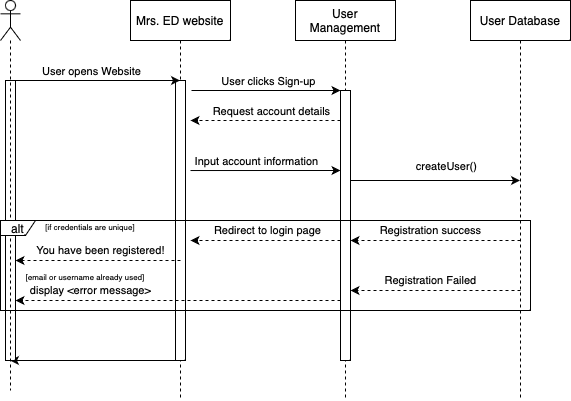
The draw.io diagram diagrams/UC4_Sequence_Diagram.drawio.png in uvic-teach/project-m1-team6, before a commit. Source tidied: cells renumbered, new cells last; positions are measured from the earlier drawing's top-left corner, leaving out a move shared by most shapes.
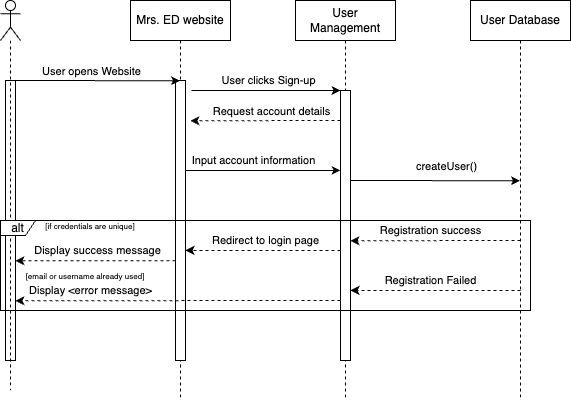
After the commit.

What changed in the source:
```diff
@@ -53,15 +53,8 @@
         <mxPoint x="30" y="-13" as="offset" />
       </mxGeometry>
     </mxCell>
-    <mxCell id="14" style="edgeStyle=elbowEdgeStyle;rounded=0;orthogonalLoop=1;jettySize=auto;html=1;elbow=vertical;curved=0;" parent="1" edge="1">
-      <mxGeometry relative="1" as="geometry">
-        <mxPoint x="175" y="360" as="sourcePoint" />
-        <mxPoint x="9.5" y="360" as="targetPoint" />
-      </mxGeometry>
-    </mxCell>
-    <mxCell id="15" style="edgeStyle=elbowEdgeStyle;rounded=0;orthogonalLoop=1;jettySize=auto;html=1;elbow=vertical;curved=0;" parent="1" edge="1">
+    <mxCell id="15" style="edgeStyle=elbowEdgeStyle;rounded=0;jettySize=auto;html=1;elbow=vertical;curved=0;" parent="1" edge="1" source="7">
       <mxGeometry relative="1" as="geometry">
-        <mxPoint x="190" y="170" as="sourcePoint" />
         <mxPoint x="340" y="170" as="targetPoint" />
       </mxGeometry>
     </mxCell>
@@ -90,10 +83,9 @@
     <mxCell id="21" value="alt" style="shape=umlFrame;whiteSpace=wrap;html=1;width=35;height=15;" parent="1" vertex="1">
       <mxGeometry y="220" width="530" height="90" as="geometry" />
     </mxCell>
-    <mxCell id="22" value="Registration success" style="edgeStyle=elbowEdgeStyle;rounded=0;orthogonalLoop=1;jettySize=auto;html=1;elbow=vertical;curved=0;dashed=1;" parent="1" edge="1">
+    <mxCell id="22" value="Registration success" style="edgeStyle=elbowEdgeStyle;rounded=0;jettySize=auto;html=1;elbow=vertical;curved=0;dashed=1;" parent="1" edge="1" target="4">
       <mxGeometry x="0.06" y="-10" relative="1" as="geometry">
         <mxPoint x="520" y="240" as="sourcePoint" />
-        <mxPoint x="350" y="240" as="targetPoint" />
       </mxGeometry>
     </mxCell>
     <mxCell id="23" value="&lt;font style=&quot;font-size: 8px;&quot;&gt;[if credentials are unique]&lt;/font&gt;" style="text;html=1;strokeColor=none;fillColor=none;align=center;verticalAlign=middle;whiteSpace=wrap;rounded=0;fontSize=10;" parent="1" vertex="1">
@@ -105,24 +97,22 @@
         <mxPoint x="350" y="290" as="targetPoint" />
       </mxGeometry>
     </mxCell>
-    <mxCell id="25" value="display &amp;lt;error message&amp;gt;" style="edgeStyle=elbowEdgeStyle;rounded=0;jettySize=auto;html=1;elbow=vertical;curved=0;dashed=1;" parent="1" edge="1" target="19">
+    <mxCell id="25" value="Display &amp;lt;error message&amp;gt;" style="edgeStyle=elbowEdgeStyle;rounded=0;jettySize=auto;html=1;elbow=vertical;curved=0;dashed=1;" parent="1" edge="1" target="19">
       <mxGeometry x="0.54" y="-10" relative="1" as="geometry">
         <mxPoint x="340" y="300" as="sourcePoint" />
       </mxGeometry>
     </mxCell>
-    <mxCell id="26" value="You have been registered!" style="edgeStyle=elbowEdgeStyle;rounded=0;orthogonalLoop=1;jettySize=auto;html=1;elbow=vertical;curved=0;dashed=1;" parent="1" edge="1">
+    <mxCell id="26" value="Display success message" style="edgeStyle=elbowEdgeStyle;rounded=0;jettySize=auto;html=1;elbow=vertical;curved=0;dashed=1;" parent="1" edge="1" source="7">
       <mxGeometry x="-0.03" y="-10" relative="1" as="geometry">
-        <mxPoint x="180" y="260" as="sourcePoint" />
         <mxPoint x="15" y="260.2" as="targetPoint" />
       </mxGeometry>
     </mxCell>
     <mxCell id="27" value="&lt;font style=&quot;font-size: 8px;&quot;&gt;[email or username already used]&lt;/font&gt;" style="text;html=1;strokeColor=none;fillColor=none;align=center;verticalAlign=middle;whiteSpace=wrap;rounded=0;fontSize=10;" parent="1" vertex="1">
       <mxGeometry y="260" width="170" height="30" as="geometry" />
     </mxCell>
-    <mxCell id="28" value="Redirect to login page" style="edgeStyle=elbowEdgeStyle;rounded=0;orthogonalLoop=1;jettySize=auto;html=1;elbow=vertical;curved=0;dashed=1;" parent="1" edge="1">
+    <mxCell id="28" value="Redirect to login page" style="edgeStyle=elbowEdgeStyle;rounded=0;jettySize=auto;html=1;elbow=vertical;curved=0;dashed=1;" parent="1" edge="1" target="7">
       <mxGeometry x="-0.03" y="-10" relative="1" as="geometry">
-        <mxPoint x="340" y="240" as="sourcePoint" />
-        <mxPoint x="190" y="240" as="targetPoint" />
+        <mxPoint x="340" y="250" as="sourcePoint" />
       </mxGeometry>
     </mxCell>
   </root>
```
